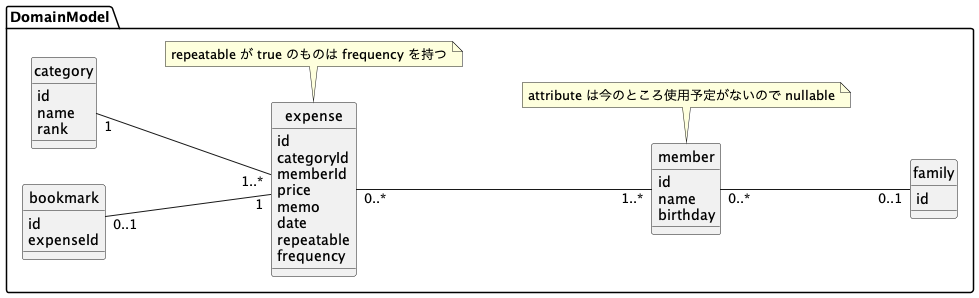
Before: docs/image/domain_model.png, a diagram exported from PlantUML (kiyotakeshi/household-expenses). The source it was exported from:
```plantuml
@startuml

left to right direction

hide circle

package DomainModel {

    class family {
        id
    }

    class member {
        id
        name
        birthday
    }
    note bottom of member
        attribute は今のところ使用予定がないので nullable
    end note

    class expense {
        id
        categoryId
        memberId
        price
        memo
        date
        repeatable
        frequency
    }
    note bottom of expense
        repeatable が true のものは frequency を持つ
    end note


    class category {
        id
        name
        rank
    }

    class bookmark {
        id
        expenseId
    }

    member "0..*" -- "0..1" family
    expense "0..*" -- "1..*" member
    category "1" -- "1..*" expense
    bookmark "0..1" -- "1" expense
}

@enduml
```
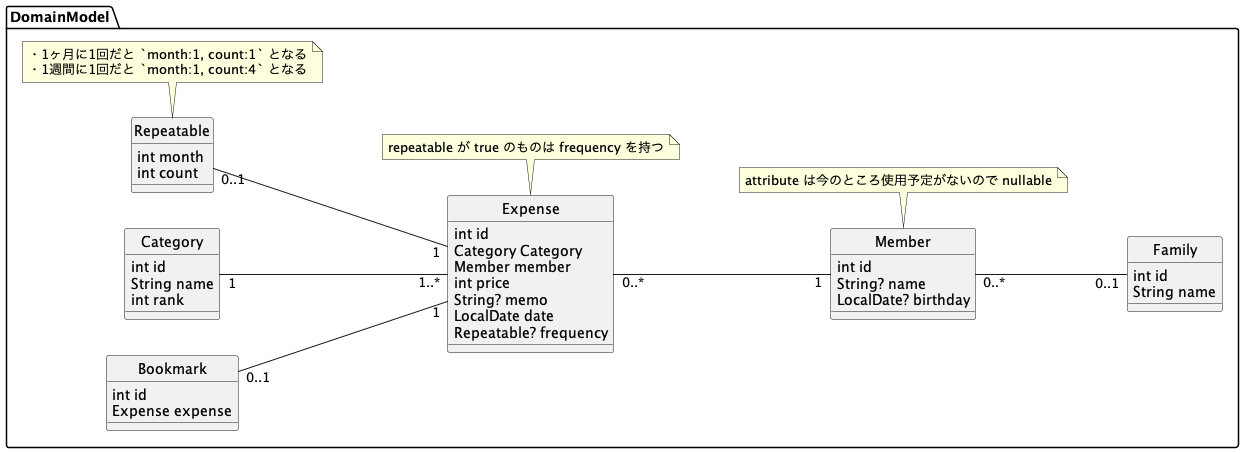
After the commit.

Commit message:
#14 update domain model png, add OpenAPI

Change to the diagram source:
```diff
@@ -6,49 +6,59 @@
 
 package DomainModel {
 
-    class family {
-        id
+    class Family {
+        int id
+        String name
     }
 
-    class member {
-        id
-        name
-        birthday
+    class Member {
+        int id
+        String? name
+        LocalDate? birthday
     }
-    note bottom of member
+    note bottom of Member
         attribute は今のところ使用予定がないので nullable
     end note
 
-    class expense {
-        id
-        categoryId
-        memberId
-        price
-        memo
-        date
-        repeatable
-        frequency
+    class Expense {
+        int id
+        Category Category
+        Member member
+        int price
+        String? memo
+        LocalDate date
+        Repeatable? frequency
     }
-    note bottom of expense
+    note bottom of Expense
         repeatable が true のものは frequency を持つ
     end note
 
+    class Repeatable {
+        int month
+        int count
+    }
+    note bottom of Repeatable
+        ・1ヶ月に1回だと `month:1, count:1` となる
+        ・1週間に1回だと `month:1, count:4` となる
+    end note
 
-    class category {
-        id
-        name
-        rank
+
+    class Category {
+        int id
+        String name
+        int rank
     }
 
-    class bookmark {
-        id
-        expenseId
+    class Bookmark {
+        int id
+        Expense expense
     }
 
-    member "0..*" -- "0..1" family
-    expense "0..*" -- "1..*" member
-    category "1" -- "1..*" expense
-    bookmark "0..1" -- "1" expense
+    Member "0..*" -- "0..1" Family
+    Expense "0..*" -- "1" Member
+    Category "1" -- "1..*" Expense
+    Bookmark "0..1" -- "1" Expense
+    Repeatable "0..1" -- "1" Expense
 }
 
 @enduml
```
